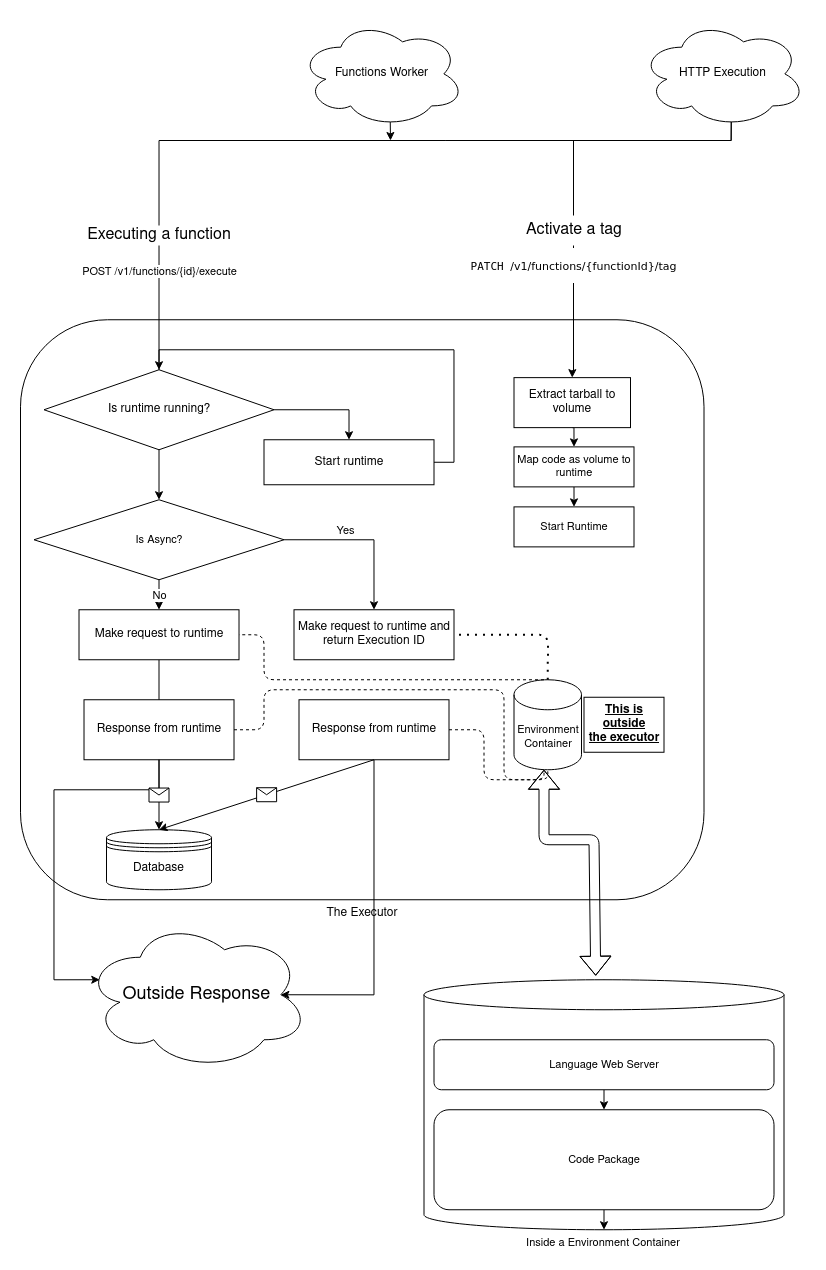
appwrite/rfc keeps this draw.io diagram as 018-function-execution-model-refactor/flowchart.png. Above is the earlier version. Source tidied: cells renumbered, new cells last; positions are measured from the earlier drawing's top-left corner, leaving out a move shared by most shapes.
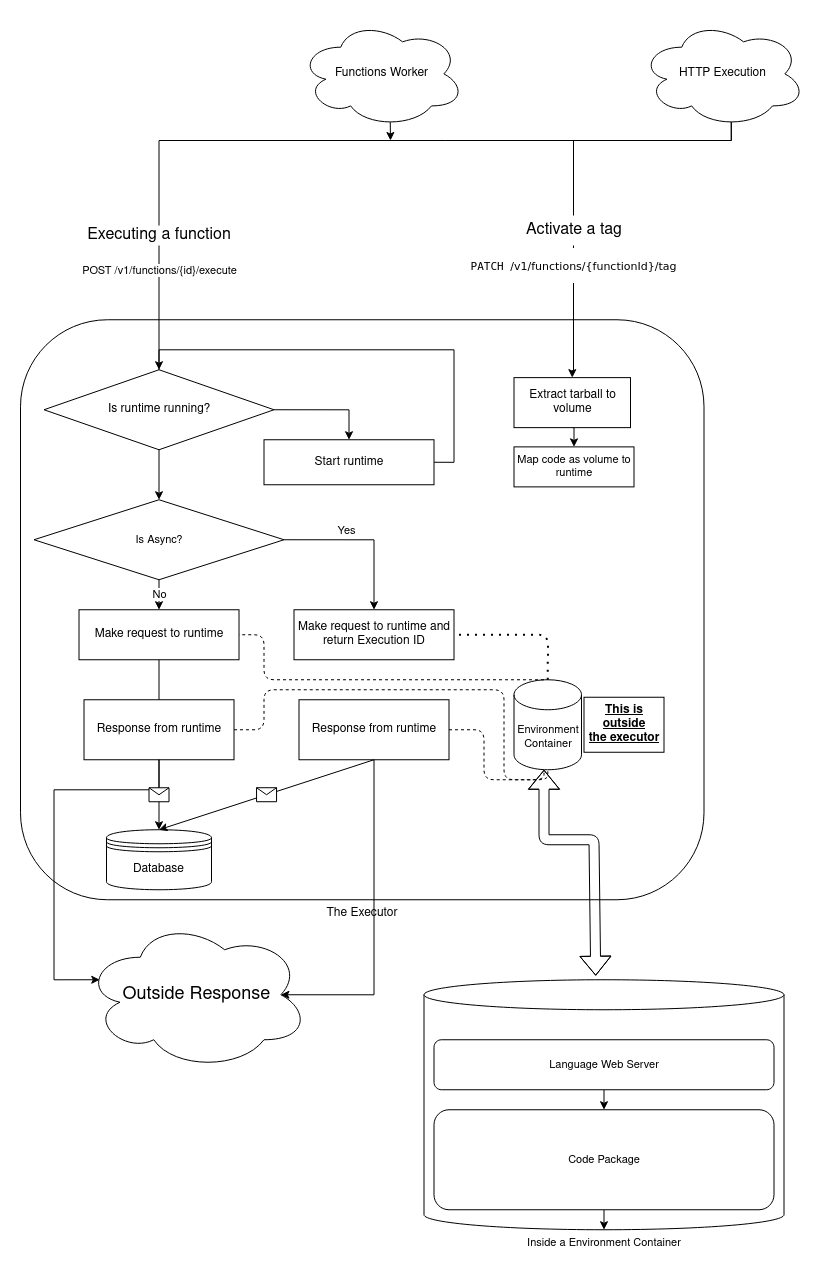
The same diagram one commit later.

Diff of the diagram source:
```diff
@@ -142,15 +142,9 @@
     <mxCell id="36" value="&lt;span style=&quot;background-color: rgb(255 , 255 , 255)&quot;&gt;Activate a tag&lt;/span&gt;" style="text;html=1;align=center;verticalAlign=middle;whiteSpace=wrap;rounded=0;fontSize=16;fillColor=#ffffff;" parent="1" vertex="1">
       <mxGeometry x="693.5" y="195" width="120" height="30" as="geometry" />
     </mxCell>
-    <mxCell id="37" style="edgeStyle=orthogonalEdgeStyle;rounded=0;jettySize=auto;html=1;exitX=0.5;exitY=1;exitDx=0;exitDy=0;entryX=0.5;entryY=0;entryDx=0;entryDy=0;fontSize=11;" parent="1" edge="1" source="38" target="39">
-      <mxGeometry relative="1" as="geometry" />
-    </mxCell>
     <mxCell id="38" value="Map code as volume to runtime" style="rounded=0;whiteSpace=wrap;html=1;fontSize=11;" parent="1" vertex="1">
       <mxGeometry x="693.5" y="426.4" width="120" height="40" as="geometry" />
     </mxCell>
-    <mxCell id="39" value="Start Runtime" style="rounded=0;whiteSpace=wrap;html=1;fontSize=11;" parent="1" vertex="1">
-      <mxGeometry x="693.5" y="486.4" width="120" height="40" as="geometry" />
-    </mxCell>
     <mxCell id="40" style="edgeStyle=orthogonalEdgeStyle;rounded=0;jettySize=auto;html=1;exitX=0.55;exitY=0.95;exitDx=0;exitDy=0;exitPerimeter=0;fontSize=11;" parent="1" edge="1" source="41">
       <mxGeometry relative="1" as="geometry">
         <mxPoint x="570" y="120" as="targetPoint" />
```
